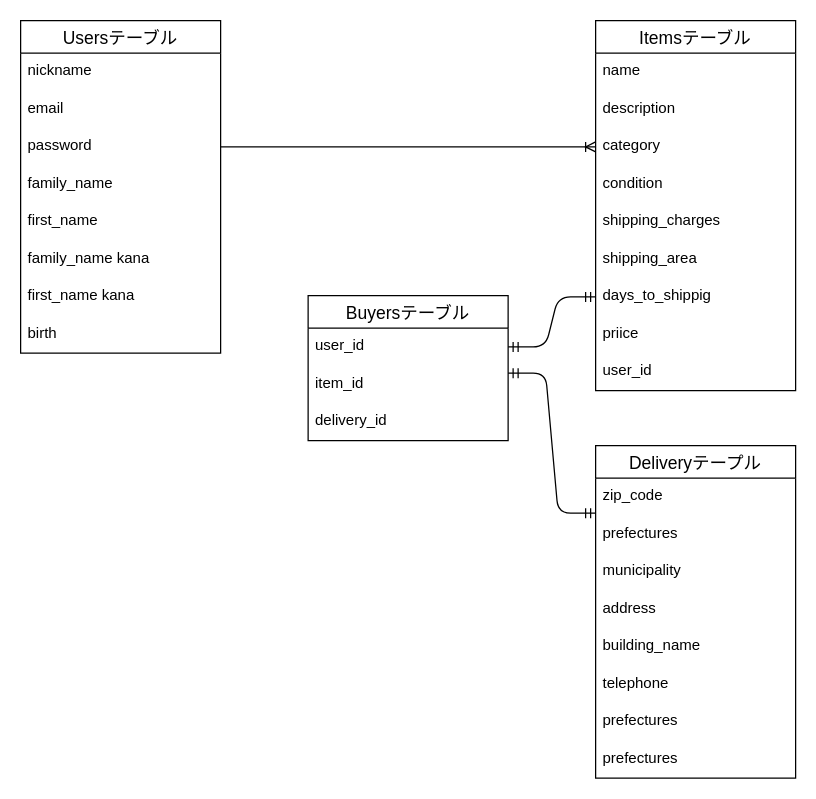
This is furima.dio from Masaki-ogr/furima-29346, a draw.io file, before an edit. Source tidied: cells renumbered, new cells numbered last; positions are measured from the earlier drawing's top-left corner, leaving out a move shared by most shapes. Both pictures are drawn from the tidied source at 125%, with x=0, y=0 at pixel (20, 20).
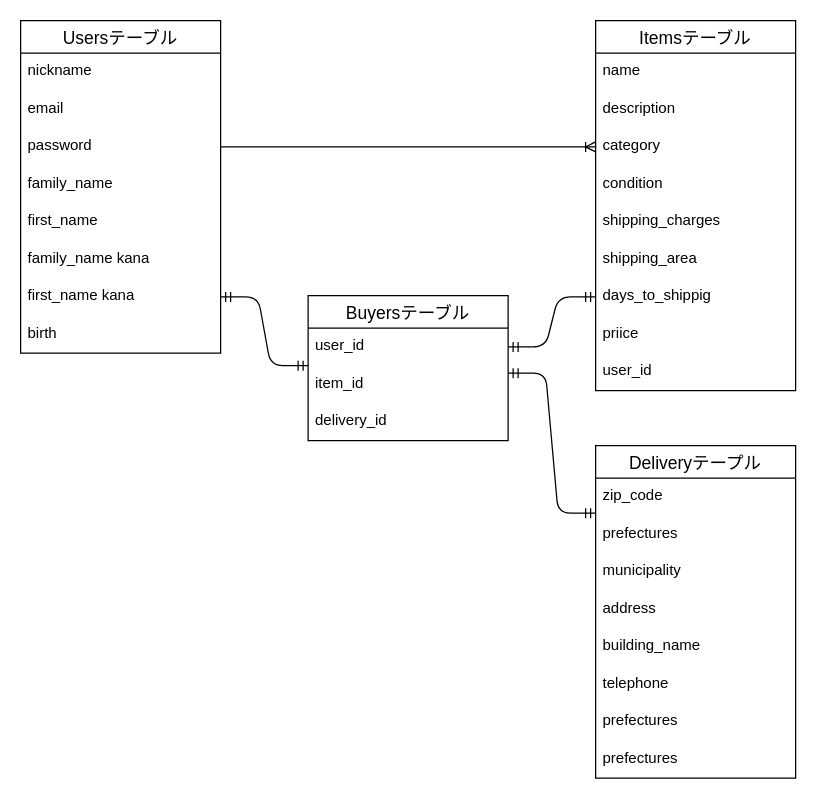
The same page after the edit.

Commit message (it also covers changes not shown here):
カラム名、アソシエーション修正

Unchanged cells that the change refers to:
```xml
<mxCell id="9" value="first_name kana" style="text;strokeColor=none;fillColor=none;spacingLeft=4;spacingRight=4;overflow=hidden;points=[[0,0.5],[1,0.5]];portConstraint=eastwest;fontSize=12;" parent="2" vertex="1">
  <mxGeometry y="206" width="160" height="30" as="geometry" />
</mxCell>
<mxCell id="32" value="user_id" style="text;strokeColor=none;fillColor=none;spacingLeft=4;spacingRight=4;overflow=hidden;points=[[0,0.5],[1,0.5]];portConstraint=eastwest;fontSize=12;" parent="31" vertex="1">
  <mxGeometry y="26" width="160" height="30" as="geometry" />
</mxCell>
```

The edit, as a diff of the source:
```diff
@@
+    <mxCell id="37" style="edgeStyle=entityRelationEdgeStyle;fontSize=12;html=1;endArrow=ERmandOne;startArrow=ERmandOne;exitX=1;exitY=0.5;exitDx=0;exitDy=0;entryX=0;entryY=1;entryDx=0;entryDy=0;entryPerimeter=0;" parent="1" edge="1" source="9" target="32">
+      <mxGeometry relative="1" as="geometry" />
+    </mxCell>
```
